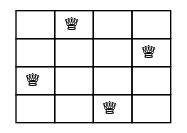
This is files/graph.png from CSUNSA1704250/parallel-nqueens-problem-batyardigans, a Graphviz export, as it was before one commit. Its source is kept beside it as files/graph.dot. The source it was exported from:
```dot
digraph D {

node [shape=plaintext]

some_node [
label=<
<table border="0" cellborder="1" cellspacing="0" >
<tr>  <td> </td> <td> &#9813;  </td> <td> </td> <td> </td> </tr>
<tr>  <td> </td> <td> </td> <td> </td> <td> &#9813;  </td> </tr>
<tr>  <td> &#9813;  </td> <td> </td> <td> </td> <td> </td> </tr>
<tr>  <td> </td> <td> </td> <td> &#9813;  </td> <td> </td> </tr>
</table>>
];

}
```
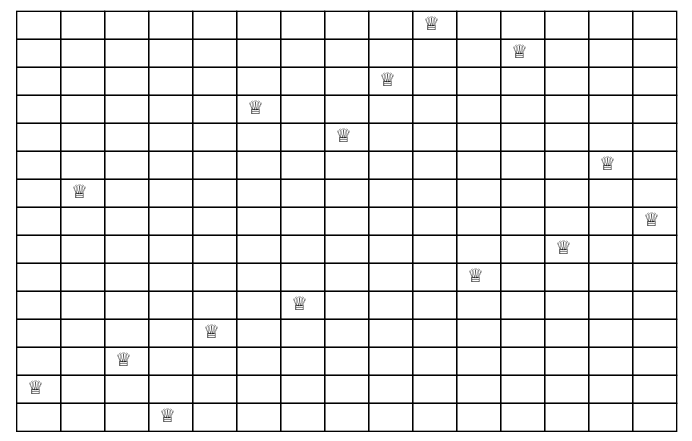
The same diagram one commit later.

What changed in the source:
```diff
@@ -5,10 +5,21 @@
 some_node [
 label=<
 <table border="0" cellborder="1" cellspacing="0" >
-<tr>  <td> </td> <td> &#9813;  </td> <td> </td> <td> </td> </tr>
-<tr>  <td> </td> <td> </td> <td> </td> <td> &#9813;  </td> </tr>
-<tr>  <td> &#9813;  </td> <td> </td> <td> </td> <td> </td> </tr>
-<tr>  <td> </td> <td> </td> <td> &#9813;  </td> <td> </td> </tr>
+<tr>  <td> </td> <td> </td> <td> </td> <td> </td> <td> </td> <td> </td> <td> </td> <td> </td> <td> </td> <td> &#9813;  </td> <td> </td> <td> </td> <td> </td> <td> </td> <td> </td> </tr>
+<tr>  <td> </td> <td> </td> <td> </td> <td> </td> <td> </td> <td> </td> <td> </td> <td> </td> <td> </td> <td> </td> <td> </td> <td> &#9813;  </td> <td> </td> <td> </td> <td> </td> </tr>
+<tr>  <td> </td> <td> </td> <td> </td> <td> </td> <td> </td> <td> </td> <td> </td> <td> </td> <td> &#9813;  </td> <td> </td> <td> </td> <td> </td> <td> </td> <td> </td> <td> </td> </tr>
+<tr>  <td> </td> <td> </td> <td> </td> <td> </td> <td> </td> <td> &#9813;  </td> <td> </td> <td> </td> <td> </td> <td> </td> <td> </td> <td> </td> <td> </td> <td> </td> <td> </td> </tr>
+<tr>  <td> </td> <td> </td> <td> </td> <td> </td> <td> </td> <td> </td> <td> </td> <td> &#9813;  </td> <td> </td> <td> </td> <td> </td> <td> </td> <td> </td> <td> </td> <td> </td> </tr>
+<tr>  <td> </td> <td> </td> <td> </td> <td> </td> <td> </td> <td> </td> <td> </td> <td> </td> <td> </td> <td> </td> <td> </td> <td> </td> <td> </td> <td> &#9813;  </td> <td> </td> </tr>
+<tr>  <td> </td> <td> &#9813;  </td> <td> </td> <td> </td> <td> </td> <td> </td> <td> </td> <td> </td> <td> </td> <td> </td> <td> </td> <td> </td> <td> </td> <td> </td> <td> </td> </tr>
+<tr>  <td> </td> <td> </td> <td> </td> <td> </td> <td> </td> <td> </td> <td> </td> <td> </td> <td> </td> <td> </td> <td> </td> <td> </td> <td> </td> <td> </td> <td> &#9813;  </td> </tr>
+<tr>  <td> </td> <td> </td> <td> </td> <td> </td> <td> </td> <td> </td> <td> </td> <td> </td> <td> </td> <td> </td> <td> </td> <td> </td> <td> &#9813;  </td> <td> </td> <td> </td> </tr>
+<tr>  <td> </td> <td> </td> <td> </td> <td> </td> <td> </td> <td> </td> <td> </td> <td> </td> <td> </td> <td> </td> <td> &#9813;  </td> <td> </td> <td> </td> <td> </td> <td> </td> </tr>
+<tr>  <td> </td> <td> </td> <td> </td> <td> </td> <td> </td> <td> </td> <td> &#9813;  </td> <td> </td> <td> </td> <td> </td> <td> </td> <td> </td> <td> </td> <td> </td> <td> </td> </tr>
+<tr>  <td> </td> <td> </td> <td> </td> <td> </td> <td> &#9813;  </td> <td> </td> <td> </td> <td> </td> <td> </td> <td> </td> <td> </td> <td> </td> <td> </td> <td> </td> <td> </td> </tr>
+<tr>  <td> </td> <td> </td> <td> &#9813;  </td> <td> </td> <td> </td> <td> </td> <td> </td> <td> </td> <td> </td> <td> </td> <td> </td> <td> </td> <td> </td> <td> </td> <td> </td> </tr>
+<tr>  <td> &#9813;  </td> <td> </td> <td> </td> <td> </td> <td> </td> <td> </td> <td> </td> <td> </td> <td> </td> <td> </td> <td> </td> <td> </td> <td> </td> <td> </td> <td> </td> </tr>
+<tr>  <td> </td> <td> </td> <td> </td> <td> &#9813;  </td> <td> </td> <td> </td> <td> </td> <td> </td> <td> </td> <td> </td> <td> </td> <td> </td> <td> </td> <td> </td> <td> </td> </tr>
 </table>>
 ];
 
```
